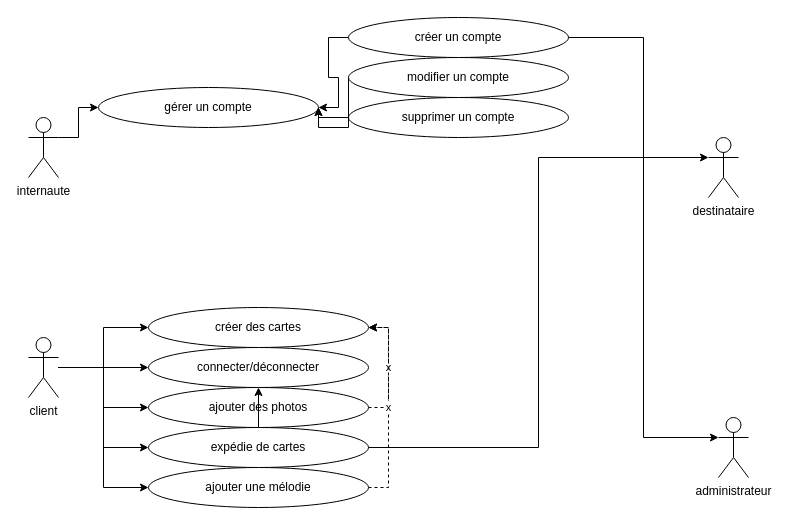
This is TD2/TD2-Exercie5.drawio from AlexisCou/Analyse, a draw.io file, before an edit. Source tidied: cells renumbered, new cells numbered last; positions are measured from the earlier drawing's top-left corner, leaving out a move shared by most shapes. Both pictures are drawn from the tidied source at 100%, with x=0, y=0 at pixel (28, 17).
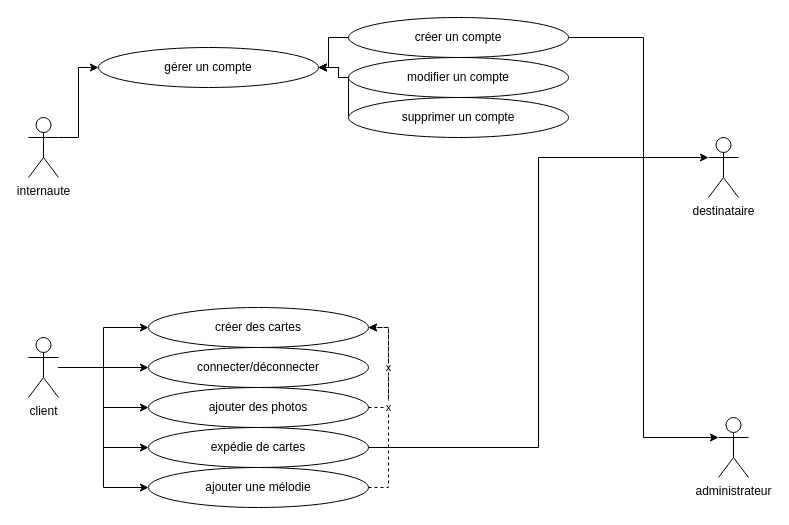
After the change.

Commit message (it also covers changes not shown here):
Mettre à jour TD2-Exercie5.drawio

Unchanged cells that the change refers to:
```xml
<mxCell id="16" value="supprimer un compte" style="ellipse;whiteSpace=wrap;html=1;" parent="1" vertex="1">
  <mxGeometry x="320" y="80" width="220" height="40" as="geometry" />
</mxCell>
<mxCell id="18" value="modifier un compte" style="ellipse;whiteSpace=wrap;html=1;" parent="1" vertex="1">
  <mxGeometry x="320" y="40" width="220" height="40" as="geometry" />
</mxCell>
<mxCell id="22" value="connecter/déconnecter" style="ellipse;whiteSpace=wrap;html=1;" parent="1" vertex="1">
  <mxGeometry x="120" y="330" width="220" height="40" as="geometry" />
</mxCell>
<mxCell id="25" value="expédie de cartes" style="ellipse;whiteSpace=wrap;html=1;" parent="1" vertex="1">
  <mxGeometry x="120" y="410" width="220" height="40" as="geometry" />
</mxCell>
```

Diff of the diagram source:
```diff
@@
     <mxCell id="12" value="gérer un compte" style="ellipse;whiteSpace=wrap;html=1;" parent="1" vertex="1">
-      <mxGeometry x="70" y="70" width="220" height="40" as="geometry" />
+      <mxGeometry x="70" y="30" width="220" height="40" as="geometry" />
     </mxCell>
@@
     <mxCell id="15" style="edgeStyle=orthogonalEdgeStyle;rounded=0;jettySize=auto;html=1;exitX=0;exitY=0.5;exitDx=0;exitDy=0;entryX=1;entryY=0.5;entryDx=0;entryDy=0;" parent="1" edge="1" source="16" target="12">
-      <mxGeometry relative="1" as="geometry" />
+      <mxGeometry relative="1" as="geometry">
+        <Array as="points">
+          <mxPoint x="320" y="60" />
+          <mxPoint x="310" y="60" />
+          <mxPoint x="310" y="50" />
+        </Array>
+      </mxGeometry>
     </mxCell>
@@
     <mxCell id="17" style="edgeStyle=orthogonalEdgeStyle;rounded=0;jettySize=auto;html=1;exitX=0;exitY=0.5;exitDx=0;exitDy=0;" parent="1" edge="1" source="18">
       <mxGeometry relative="1" as="geometry">
-        <mxPoint x="290" y="90" as="targetPoint" />
+        <mxPoint x="290" y="50" as="targetPoint" />
         <Array as="points">
-          <mxPoint x="290" y="110" />
+          <mxPoint x="310" y="60" />
+          <mxPoint x="310" y="50" />
         </Array>
       </mxGeometry>
     </mxCell>
@@
-    <mxCell id="24" style="edgeStyle=orthogonalEdgeStyle;rounded=0;jettySize=auto;html=1;" parent="1" edge="1" source="25" target="22">
-      <mxGeometry relative="1" as="geometry" />
-    </mxCell>
```
